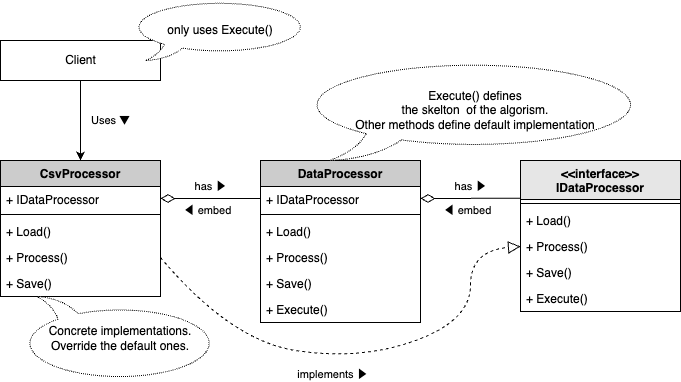
The draw.io diagram internal/patterns/template/.docs/sample-program.drawio.png in sh-yamaga/design-patterns-go, before a commit. Source tidied: cells renumbered, new cells last; positions are measured from the earlier drawing's top-left corner, leaving out a move shared by most shapes. Source of this version:
```xml
<mxGraphModel background="#ffffff">
  <root>
    <mxCell id="0" />
    <mxCell id="1" parent="0" />
    <mxCell id="2" value="&lt;&lt;interface&gt;&gt;&#10;IDataProcessor" style="swimlane;fontStyle=1;align=center;verticalAlign=top;horizontal=1;startSize=39;fillColor=#E6E6E6;fontColor=#000000;strokeColor=#000000;" parent="1" vertex="1">
      <mxGeometry x="520" y="160" width="160" height="151" as="geometry" />
    </mxCell>
    <mxCell id="3" style="line;strokeWidth=1;fillColor=none;align=left;verticalAlign=middle;spacingTop=-1;spacingLeft=3;spacingRight=3;labelPosition=right;strokeColor=inherit;" parent="2" vertex="1">
      <mxGeometry y="39" width="160" height="8" as="geometry" />
    </mxCell>
    <mxCell id="4" value="+ Load()" style="text;strokeColor=none;fillColor=none;align=left;verticalAlign=top;spacingLeft=4;spacingRight=4;overflow=hidden;fontColor=#000000;" parent="2" vertex="1">
      <mxGeometry y="47" width="160" height="26" as="geometry" />
    </mxCell>
    <mxCell id="5" value="+ Process()" style="text;strokeColor=none;fillColor=none;align=left;verticalAlign=top;spacingLeft=4;spacingRight=4;overflow=hidden;points=[[0,0.5],[1,0.5]];portConstraint=eastwest;fontColor=#000000;" parent="2" vertex="1">
      <mxGeometry y="73" width="160" height="26" as="geometry" />
    </mxCell>
    <mxCell id="6" value="+ Save()" style="text;strokeColor=none;fillColor=none;align=left;verticalAlign=top;spacingLeft=4;spacingRight=4;overflow=hidden;fontColor=#000000;" parent="2" vertex="1">
      <mxGeometry y="99" width="160" height="26" as="geometry" />
    </mxCell>
    <mxCell id="7" value="+ Execute()" style="text;strokeColor=none;fillColor=none;align=left;verticalAlign=top;spacingLeft=4;spacingRight=4;overflow=hidden;fontColor=#000000;" parent="2" vertex="1">
      <mxGeometry y="125" width="160" height="26" as="geometry" />
    </mxCell>
    <mxCell id="8" value="&lt;font color=&quot;#000000&quot;&gt;Client&lt;/font&gt;" style="html=1;fillColor=none;strokeColor=#000000;" parent="1" vertex="1">
      <mxGeometry y="40" width="160" height="40" as="geometry" />
    </mxCell>
    <mxCell id="9" style="endArrow=classic;html=1;fontColor=#000000;exitX=0.5;exitY=1;exitDx=0;exitDy=0;entryX=0.5;entryY=0;entryDx=0;entryDy=0;strokeColor=#000000;" parent="1" edge="1" source="8">
      <mxGeometry relative="1" as="geometry">
        <mxPoint x="80" y="160" as="targetPoint" />
      </mxGeometry>
    </mxCell>
    <mxCell id="10" value="Uses ▼" style="edgeLabel;html=1;align=center;verticalAlign=middle;labelBackgroundColor=none;strokeColor=#000000;fontColor=#000000;fillColor=default;" parent="9" vertex="1">
      <mxGeometry relative="1" as="geometry">
        <mxPoint x="30" as="offset" />
      </mxGeometry>
    </mxCell>
    <mxCell id="11" value="DataProcessor" style="swimlane;fontStyle=1;align=center;verticalAlign=top;horizontal=1;startSize=26;fillColor=#CCCCCC;fontColor=#000000;strokeColor=#000000;" parent="1" vertex="1">
      <mxGeometry x="260" y="160" width="160" height="162" as="geometry" />
    </mxCell>
    <mxCell id="12" value="+ IDataProcessor" style="text;strokeColor=none;fillColor=none;align=left;verticalAlign=top;spacingLeft=4;spacingRight=4;overflow=hidden;points=[[0,0.5],[1,0.5]];portConstraint=eastwest;fontColor=#000000;" parent="11" vertex="1">
      <mxGeometry y="26" width="160" height="24" as="geometry" />
    </mxCell>
    <mxCell id="13" style="line;strokeWidth=1;fillColor=none;align=left;verticalAlign=middle;spacingTop=-1;spacingLeft=3;spacingRight=3;labelPosition=right;strokeColor=inherit;" parent="11" vertex="1">
      <mxGeometry y="50" width="160" height="8" as="geometry" />
    </mxCell>
    <mxCell id="14" value="+ Load()" style="text;strokeColor=none;fillColor=none;align=left;verticalAlign=top;spacingLeft=4;spacingRight=4;overflow=hidden;fontColor=#000000;" parent="11" vertex="1">
      <mxGeometry y="58" width="160" height="26" as="geometry" />
    </mxCell>
    <mxCell id="15" value="+ Process()" style="text;strokeColor=none;fillColor=none;align=left;verticalAlign=top;spacingLeft=4;spacingRight=4;overflow=hidden;fontColor=#000000;" parent="11" vertex="1">
      <mxGeometry y="84" width="160" height="26" as="geometry" />
    </mxCell>
    <mxCell id="16" value="+ Save()" style="text;strokeColor=none;fillColor=none;align=left;verticalAlign=top;spacingLeft=4;spacingRight=4;overflow=hidden;fontColor=#000000;" parent="11" vertex="1">
      <mxGeometry y="110" width="160" height="26" as="geometry" />
    </mxCell>
    <mxCell id="17" value="+ Execute()" style="text;strokeColor=none;fillColor=none;align=left;verticalAlign=top;spacingLeft=4;spacingRight=4;overflow=hidden;fontColor=#000000;" parent="11" vertex="1">
      <mxGeometry y="136" width="160" height="26" as="geometry" />
    </mxCell>
    <mxCell id="18" style="endArrow=none;html=1;entryX=0;entryY=0.25;entryDx=0;entryDy=0;exitX=1;exitY=0.5;exitDx=0;exitDy=0;startArrow=diamondThin;startFill=0;startSize=12;endFill=0;" parent="1" edge="1" source="12" target="2">
      <mxGeometry relative="1" as="geometry" />
    </mxCell>
    <mxCell id="19" value="has ▶︎" style="edgeLabel;html=1;align=center;verticalAlign=middle;" parent="18" vertex="1">
      <mxGeometry x="-0.01" y="1" relative="1" as="geometry">
        <mxPoint y="-11" as="offset" />
      </mxGeometry>
    </mxCell>
    <mxCell id="20" value="◀︎ embed" style="edgeLabel;html=1;align=center;verticalAlign=middle;" parent="18" vertex="1">
      <mxGeometry x="-0.06" y="-1" relative="1" as="geometry">
        <mxPoint y="11" as="offset" />
      </mxGeometry>
    </mxCell>
    <mxCell id="21" value="CsvProcessor" style="swimlane;fontStyle=1;align=center;verticalAlign=top;horizontal=1;startSize=26;fillColor=#CCCCCC;fontColor=#000000;strokeColor=#000000;" parent="1" vertex="1">
      <mxGeometry y="160" width="160" height="136" as="geometry" />
    </mxCell>
    <mxCell id="22" value="+ IDataProcessor" style="text;strokeColor=none;fillColor=none;align=left;verticalAlign=top;spacingLeft=4;spacingRight=4;overflow=hidden;points=[[0,0.5],[1,0.5]];portConstraint=eastwest;fontColor=#000000;" parent="21" vertex="1">
      <mxGeometry y="26" width="160" height="24" as="geometry" />
    </mxCell>
    <mxCell id="23" style="line;strokeWidth=1;fillColor=none;align=left;verticalAlign=middle;spacingTop=-1;spacingLeft=3;spacingRight=3;labelPosition=right;strokeColor=inherit;" parent="21" vertex="1">
      <mxGeometry y="50" width="160" height="8" as="geometry" />
    </mxCell>
    <mxCell id="24" value="+ Load()" style="text;strokeColor=none;fillColor=none;align=left;verticalAlign=top;spacingLeft=4;spacingRight=4;overflow=hidden;points=[[0,0.5],[1,0.5]];portConstraint=eastwest;fontColor=#000000;" parent="21" vertex="1">
      <mxGeometry y="58" width="160" height="26" as="geometry" />
    </mxCell>
    <mxCell id="25" value="+ Process()" style="text;strokeColor=none;fillColor=none;align=left;verticalAlign=top;spacingLeft=4;spacingRight=4;overflow=hidden;points=[[0,0.5],[1,0.5]];portConstraint=eastwest;fontColor=#000000;" parent="21" vertex="1">
      <mxGeometry y="84" width="160" height="26" as="geometry" />
    </mxCell>
    <mxCell id="26" value="+ Save()" style="text;strokeColor=none;fillColor=none;align=left;verticalAlign=top;spacingLeft=4;spacingRight=4;overflow=hidden;fontColor=#000000;" parent="21" vertex="1">
      <mxGeometry y="110" width="160" height="26" as="geometry" />
    </mxCell>
    <mxCell id="27" style="endArrow=none;html=1;entryX=0;entryY=0.5;entryDx=0;entryDy=0;startArrow=diamondThin;startFill=0;startSize=12;endFill=0;exitX=1;exitY=0.5;exitDx=0;exitDy=0;" parent="1" edge="1" source="22" target="12">
      <mxGeometry relative="1" as="geometry" />
    </mxCell>
    <mxCell id="28" value="has ▶︎" style="edgeLabel;html=1;align=center;verticalAlign=middle;" parent="27" vertex="1">
      <mxGeometry x="-0.01" y="1" relative="1" as="geometry">
        <mxPoint y="-11" as="offset" />
      </mxGeometry>
    </mxCell>
    <mxCell id="29" value="◀︎ embed" style="edgeLabel;html=1;align=center;verticalAlign=middle;" parent="27" vertex="1">
      <mxGeometry x="-0.06" y="-1" relative="1" as="geometry">
        <mxPoint y="11" as="offset" />
      </mxGeometry>
    </mxCell>
    <mxCell id="30" value="Concrete implementations.&lt;br&gt;Override the default ones." style="whiteSpace=wrap;html=1;shape=mxgraph.basic.oval_callout;dashed=1;dashPattern=1 1;direction=west;flipH=1;flipV=0;" parent="1" vertex="1">
      <mxGeometry x="20" y="296" width="200" height="84" as="geometry" />
    </mxCell>
    <mxCell id="31" value="only uses Execute()" style="whiteSpace=wrap;html=1;shape=mxgraph.basic.oval_callout;dashed=1;dashPattern=1 1;" parent="1" vertex="1">
      <mxGeometry x="130" width="180" height="60" as="geometry" />
    </mxCell>
    <mxCell id="32" value="&lt;font&gt;Execute() defines&lt;br&gt;&lt;/font&gt;&lt;div style=&quot;&quot;&gt;&lt;font&gt;&lt;span style=&quot;background-color: transparent; color: rgb(0, 0, 0);&quot;&gt;the skelton&amp;nbsp;&amp;nbsp;&lt;/span&gt;&lt;span style=&quot;background-color: transparent;&quot;&gt;of the algorism.&lt;br&gt;Other methods define default implementation&lt;/span&gt;&lt;/font&gt;&lt;/div&gt;" style="whiteSpace=wrap;html=1;shape=mxgraph.basic.oval_callout;dashed=1;dashPattern=1 1;direction=west;flipH=1;flipV=1;align=center;labelPosition=center;verticalLabelPosition=middle;verticalAlign=middle;horizontal=1;" parent="1" vertex="1">
      <mxGeometry x="300" y="60" width="350" height="100" as="geometry" />
    </mxCell>
    <mxCell id="33" style="curved=1;endArrow=block;html=1;exitX=1;exitY=0.5;exitDx=0;exitDy=0;entryX=0;entryY=0.5;entryDx=0;entryDy=0;dashed=1;endFill=0;endSize=10;" parent="1" edge="1" source="25" target="5">
      <mxGeometry relative="1" as="geometry">
        <Array as="points">
          <mxPoint x="230" y="340" />
          <mxPoint x="360" y="360" />
          <mxPoint x="470" y="320" />
          <mxPoint x="470" y="250" />
        </Array>
      </mxGeometry>
    </mxCell>
    <mxCell id="34" value="implements ▶︎" style="edgeLabel;html=1;align=center;verticalAlign=middle;" parent="33" vertex="1">
      <mxGeometry x="-0.03" relative="1" as="geometry">
        <mxPoint x="-21" y="15" as="offset" />
      </mxGeometry>
    </mxCell>
  </root>
</mxGraphModel>
```
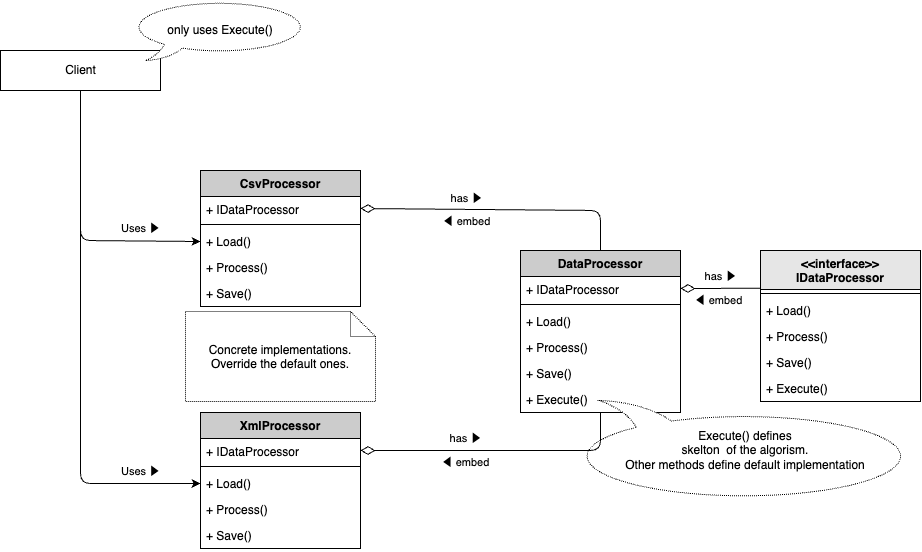
The same diagram one commit later.

Commit message:
[update]#template_update class diagram & readme

What changed in the source:
```diff
@@ -3,7 +3,7 @@
     <mxCell id="0" />
     <mxCell id="1" parent="0" />
     <mxCell id="2" value="&lt;&lt;interface&gt;&gt;&#10;IDataProcessor" style="swimlane;fontStyle=1;align=center;verticalAlign=top;horizontal=1;startSize=39;fillColor=#E6E6E6;fontColor=#000000;strokeColor=#000000;" parent="1" vertex="1">
-      <mxGeometry x="520" y="160" width="160" height="151" as="geometry" />
+      <mxGeometry x="560" y="240" width="160" height="151" as="geometry" />
     </mxCell>
     <mxCell id="3" style="line;strokeWidth=1;fillColor=none;align=left;verticalAlign=middle;spacingTop=-1;spacingLeft=3;spacingRight=3;labelPosition=right;strokeColor=inherit;" parent="2" vertex="1">
       <mxGeometry y="39" width="160" height="8" as="geometry" />
@@ -21,20 +21,22 @@
       <mxGeometry y="125" width="160" height="26" as="geometry" />
     </mxCell>
     <mxCell id="8" value="&lt;font color=&quot;#000000&quot;&gt;Client&lt;/font&gt;" style="html=1;fillColor=none;strokeColor=#000000;" parent="1" vertex="1">
-      <mxGeometry y="40" width="160" height="40" as="geometry" />
+      <mxGeometry x="-200" y="40" width="160" height="40" as="geometry" />
     </mxCell>
-    <mxCell id="9" style="endArrow=classic;html=1;fontColor=#000000;exitX=0.5;exitY=1;exitDx=0;exitDy=0;entryX=0.5;entryY=0;entryDx=0;entryDy=0;strokeColor=#000000;" parent="1" edge="1" source="8">
+    <mxCell id="9" style="endArrow=classic;html=1;fontColor=#000000;exitX=0.5;exitY=1;exitDx=0;exitDy=0;entryX=0;entryY=0.5;entryDx=0;entryDy=0;strokeColor=#000000;" parent="1" edge="1" source="8" target="24">
       <mxGeometry relative="1" as="geometry">
-        <mxPoint x="80" y="160" as="targetPoint" />
+        <Array as="points">
+          <mxPoint x="-120" y="230" />
+        </Array>
       </mxGeometry>
     </mxCell>
-    <mxCell id="10" value="Uses ▼" style="edgeLabel;html=1;align=center;verticalAlign=middle;labelBackgroundColor=none;strokeColor=#000000;fontColor=#000000;fillColor=default;" parent="9" vertex="1">
+    <mxCell id="10" value="Uses ▶︎" style="edgeLabel;html=1;align=center;verticalAlign=middle;labelBackgroundColor=none;strokeColor=#000000;fontColor=#000000;fillColor=default;" parent="9" vertex="1">
       <mxGeometry relative="1" as="geometry">
-        <mxPoint x="30" as="offset" />
+        <mxPoint x="60" y="3" as="offset" />
       </mxGeometry>
     </mxCell>
     <mxCell id="11" value="DataProcessor" style="swimlane;fontStyle=1;align=center;verticalAlign=top;horizontal=1;startSize=26;fillColor=#CCCCCC;fontColor=#000000;strokeColor=#000000;" parent="1" vertex="1">
-      <mxGeometry x="260" y="160" width="160" height="162" as="geometry" />
+      <mxGeometry x="320" y="240" width="160" height="162" as="geometry" />
     </mxCell>
     <mxCell id="12" value="+ IDataProcessor" style="text;strokeColor=none;fillColor=none;align=left;verticalAlign=top;spacingLeft=4;spacingRight=4;overflow=hidden;points=[[0,0.5],[1,0.5]];portConstraint=eastwest;fontColor=#000000;" parent="11" vertex="1">
       <mxGeometry y="26" width="160" height="24" as="geometry" />
@@ -85,42 +87,78 @@
     <mxCell id="26" value="+ Save()" style="text;strokeColor=none;fillColor=none;align=left;verticalAlign=top;spacingLeft=4;spacingRight=4;overflow=hidden;fontColor=#000000;" parent="21" vertex="1">
       <mxGeometry y="110" width="160" height="26" as="geometry" />
     </mxCell>
-    <mxCell id="27" style="endArrow=none;html=1;entryX=0;entryY=0.5;entryDx=0;entryDy=0;startArrow=diamondThin;startFill=0;startSize=12;endFill=0;exitX=1;exitY=0.5;exitDx=0;exitDy=0;" parent="1" edge="1" source="22" target="12">
-      <mxGeometry relative="1" as="geometry" />
+    <mxCell id="27" style="endArrow=none;html=1;entryX=0.5;entryY=0;entryDx=0;entryDy=0;startArrow=diamondThin;startFill=0;startSize=12;endFill=0;exitX=1;exitY=0.5;exitDx=0;exitDy=0;" parent="1" edge="1" source="22" target="11">
+      <mxGeometry relative="1" as="geometry">
+        <Array as="points">
+          <mxPoint x="400" y="200" />
+        </Array>
+      </mxGeometry>
     </mxCell>
     <mxCell id="28" value="has ▶︎" style="edgeLabel;html=1;align=center;verticalAlign=middle;" parent="27" vertex="1">
       <mxGeometry x="-0.01" y="1" relative="1" as="geometry">
-        <mxPoint y="-11" as="offset" />
+        <mxPoint x="-33" y="-11" as="offset" />
       </mxGeometry>
     </mxCell>
     <mxCell id="29" value="◀︎ embed" style="edgeLabel;html=1;align=center;verticalAlign=middle;" parent="27" vertex="1">
       <mxGeometry x="-0.06" y="-1" relative="1" as="geometry">
-        <mxPoint y="11" as="offset" />
+        <mxPoint x="-26" y="11" as="offset" />
       </mxGeometry>
     </mxCell>
-    <mxCell id="30" value="Concrete implementations.&lt;br&gt;Override the default ones." style="whiteSpace=wrap;html=1;shape=mxgraph.basic.oval_callout;dashed=1;dashPattern=1 1;direction=west;flipH=1;flipV=0;" parent="1" vertex="1">
-      <mxGeometry x="20" y="296" width="200" height="84" as="geometry" />
-    </mxCell>
     <mxCell id="31" value="only uses Execute()" style="whiteSpace=wrap;html=1;shape=mxgraph.basic.oval_callout;dashed=1;dashPattern=1 1;" parent="1" vertex="1">
-      <mxGeometry x="130" width="180" height="60" as="geometry" />
+      <mxGeometry x="-70" y="-10" width="180" height="60" as="geometry" />
     </mxCell>
-    <mxCell id="32" value="&lt;font&gt;Execute() defines&lt;br&gt;&lt;/font&gt;&lt;div style=&quot;&quot;&gt;&lt;font&gt;&lt;span style=&quot;background-color: transparent; color: rgb(0, 0, 0);&quot;&gt;the skelton&amp;nbsp;&amp;nbsp;&lt;/span&gt;&lt;span style=&quot;background-color: transparent;&quot;&gt;of the algorism.&lt;br&gt;Other methods define default implementation&lt;/span&gt;&lt;/font&gt;&lt;/div&gt;" style="whiteSpace=wrap;html=1;shape=mxgraph.basic.oval_callout;dashed=1;dashPattern=1 1;direction=west;flipH=1;flipV=1;align=center;labelPosition=center;verticalLabelPosition=middle;verticalAlign=middle;horizontal=1;" parent="1" vertex="1">
-      <mxGeometry x="300" y="60" width="350" height="100" as="geometry" />
+    <mxCell id="32" value="&lt;font&gt;Execute() defines&lt;br&gt;&lt;/font&gt;&lt;div style=&quot;&quot;&gt;&lt;font&gt;&lt;span style=&quot;background-color: transparent; color: rgb(0, 0, 0);&quot;&gt;skelton&amp;nbsp;&amp;nbsp;&lt;/span&gt;&lt;span style=&quot;background-color: transparent;&quot;&gt;of the algorism.&lt;br&gt;Other methods define default implementation&lt;/span&gt;&lt;/font&gt;&lt;/div&gt;" style="whiteSpace=wrap;html=1;shape=mxgraph.basic.oval_callout;dashed=1;dashPattern=1 1;direction=west;flipH=1;flipV=0;align=center;labelPosition=center;verticalLabelPosition=middle;verticalAlign=middle;horizontal=1;" parent="1" vertex="1">
+      <mxGeometry x="370" y="390" width="350" height="100" as="geometry" />
     </mxCell>
-    <mxCell id="33" style="curved=1;endArrow=block;html=1;exitX=1;exitY=0.5;exitDx=0;exitDy=0;entryX=0;entryY=0.5;entryDx=0;entryDy=0;dashed=1;endFill=0;endSize=10;" parent="1" edge="1" source="25" target="5">
-      <mxGeometry relative="1" as="geometry">
-        <Array as="points">
-          <mxPoint x="230" y="340" />
-          <mxPoint x="360" y="360" />
-          <mxPoint x="470" y="320" />
-          <mxPoint x="470" y="250" />
-        </Array>
-      </mxGeometry>
-    </mxCell>
-    <mxCell id="34" value="implements ▶︎" style="edgeLabel;html=1;align=center;verticalAlign=middle;" parent="33" vertex="1">
-      <mxGeometry x="-0.03" relative="1" as="geometry">
-        <mxPoint x="-21" y="15" as="offset" />
-      </mxGeometry>
-    </mxCell>
+    <mxCell id="35" value="XmlProcessor" style="swimlane;fontStyle=1;align=center;verticalAlign=top;horizontal=1;startSize=26;fillColor=#CCCCCC;fontColor=#000000;strokeColor=#000000;" parent="1" vertex="1">
+      <mxGeometry y="402" width="160" height="136" as="geometry" />
+    </mxCell>
+    <mxCell id="36" value="+ IDataProcessor" style="text;strokeColor=none;fillColor=none;align=left;verticalAlign=top;spacingLeft=4;spacingRight=4;overflow=hidden;points=[[0,0.5],[1,0.5]];portConstraint=eastwest;fontColor=#000000;" parent="35" vertex="1">
+      <mxGeometry y="26" width="160" height="24" as="geometry" />
+    </mxCell>
+    <mxCell id="37" style="line;strokeWidth=1;fillColor=none;align=left;verticalAlign=middle;spacingTop=-1;spacingLeft=3;spacingRight=3;labelPosition=right;strokeColor=inherit;" parent="35" vertex="1">
+      <mxGeometry y="50" width="160" height="8" as="geometry" />
+    </mxCell>
+    <mxCell id="38" value="+ Load()" style="text;strokeColor=none;fillColor=none;align=left;verticalAlign=top;spacingLeft=4;spacingRight=4;overflow=hidden;points=[[0,0.5],[1,0.5]];portConstraint=eastwest;fontColor=#000000;" parent="35" vertex="1">
+      <mxGeometry y="58" width="160" height="26" as="geometry" />
+    </mxCell>
+    <mxCell id="39" value="+ Process()" style="text;strokeColor=none;fillColor=none;align=left;verticalAlign=top;spacingLeft=4;spacingRight=4;overflow=hidden;fontColor=#000000;" parent="35" vertex="1">
+      <mxGeometry y="84" width="160" height="26" as="geometry" />
+    </mxCell>
+    <mxCell id="40" value="+ Save()" style="text;strokeColor=none;fillColor=none;align=left;verticalAlign=top;spacingLeft=4;spacingRight=4;overflow=hidden;fontColor=#000000;" parent="35" vertex="1">
+      <mxGeometry y="110" width="160" height="26" as="geometry" />
+    </mxCell>
+    <mxCell id="41" style="endArrow=classic;html=1;fontColor=#000000;exitX=0.5;exitY=1;exitDx=0;exitDy=0;entryX=0;entryY=0.5;entryDx=0;entryDy=0;strokeColor=#000000;" parent="1" edge="1" source="8" target="38">
+      <mxGeometry relative="1" as="geometry">
+        <Array as="points">
+          <mxPoint x="-120" y="473" />
+        </Array>
+      </mxGeometry>
+    </mxCell>
+    <mxCell id="42" value="Uses ▶︎" style="edgeLabel;html=1;align=center;verticalAlign=middle;labelBackgroundColor=none;strokeColor=#000000;fontColor=#000000;fillColor=default;" parent="41" vertex="1">
+      <mxGeometry relative="1" as="geometry">
+        <mxPoint x="60" y="124" as="offset" />
+      </mxGeometry>
+    </mxCell>
+    <mxCell id="43" style="endArrow=none;html=1;entryX=0.5;entryY=1;entryDx=0;entryDy=0;startArrow=diamondThin;startFill=0;startSize=12;endFill=0;exitX=1;exitY=0.5;exitDx=0;exitDy=0;" parent="1" edge="1" source="36" target="11">
+      <mxGeometry relative="1" as="geometry">
+        <Array as="points">
+          <mxPoint x="400" y="440" />
+        </Array>
+      </mxGeometry>
+    </mxCell>
+    <mxCell id="44" value="has ▶︎" style="edgeLabel;html=1;align=center;verticalAlign=middle;" parent="43" vertex="1">
+      <mxGeometry x="-0.01" y="1" relative="1" as="geometry">
+        <mxPoint x="-33" y="-11" as="offset" />
+      </mxGeometry>
+    </mxCell>
+    <mxCell id="45" value="◀︎ embed" style="edgeLabel;html=1;align=center;verticalAlign=middle;" parent="43" vertex="1">
+      <mxGeometry x="-0.06" y="-1" relative="1" as="geometry">
+        <mxPoint x="-26" y="11" as="offset" />
+      </mxGeometry>
+    </mxCell>
+    <mxCell id="46" value="&lt;span style=&quot;color: rgb(0, 0, 0);&quot;&gt;Concrete implementations.&lt;/span&gt;&lt;br style=&quot;scrollbar-color: light-dark(#e2e2e2, #4b4b4b)&lt;br/&gt;&#9;&#9;&#9;&#9;&#9;light-dark(#fbfbfb, var(--dark-panel-color));&quot;&gt;&lt;span style=&quot;color: rgb(0, 0, 0);&quot;&gt;Override the default ones.&lt;/span&gt;" style="shape=note2;boundedLbl=1;whiteSpace=wrap;html=1;size=25;verticalAlign=top;align=center;dashed=1;dashPattern=1 1;" parent="1" vertex="1">
+      <mxGeometry x="-15" y="301" width="190" height="90" as="geometry" />
+    </mxCell>
   </root>
 </mxGraphModel>
```
